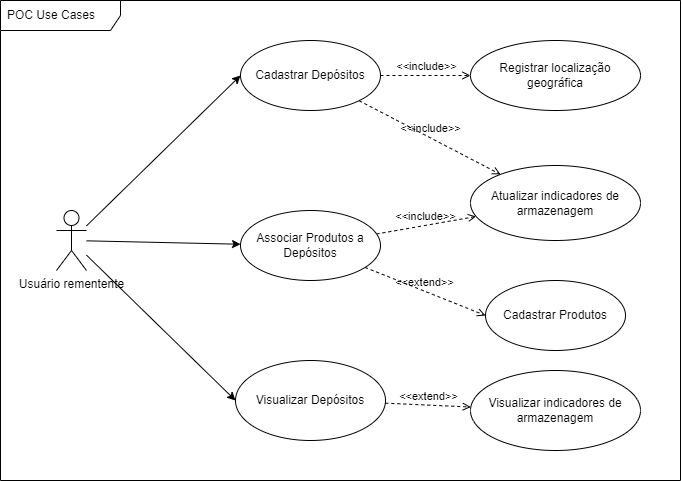
Before: project/diagrams/use-case/UseCase.png, a diagram exported from draw.io (bitols/logistics-services-management). Source tidied: cells renumbered, new cells last; positions are measured from the earlier drawing's top-left corner, leaving out a move shared by most shapes. Its diagram source:
```xml
<mxGraphModel>
  <root>
    <mxCell id="0" />
    <mxCell id="1" parent="0" />
    <mxCell id="2" value="POC Use Cases" style="shape=umlFrame;whiteSpace=wrap;html=1;width=120;height=30;boundedLbl=1;verticalAlign=middle;align=left;spacingLeft=5;" parent="1" vertex="1">
      <mxGeometry width="680" height="480" as="geometry" />
    </mxCell>
    <mxCell id="3" style="rounded=0;jettySize=auto;html=1;entryX=0;entryY=0.5;entryDx=0;entryDy=0;" parent="1" edge="1" source="6" target="7">
      <mxGeometry relative="1" as="geometry" />
    </mxCell>
    <mxCell id="4" style="edgeStyle=none;rounded=0;jettySize=auto;html=1;entryX=0;entryY=0.5;entryDx=0;entryDy=0;" parent="1" edge="1" source="6" target="9">
      <mxGeometry relative="1" as="geometry" />
    </mxCell>
    <mxCell id="5" style="rounded=0;jettySize=auto;html=1;" parent="1" edge="1" source="6" target="14">
      <mxGeometry relative="1" as="geometry" />
    </mxCell>
    <mxCell id="6" value="Usuário rementente&lt;br&gt;&lt;br&gt;" style="shape=umlActor;verticalLabelPosition=bottom;verticalAlign=top;html=1;" parent="1" vertex="1">
      <mxGeometry x="56" y="210" width="30" height="60" as="geometry" />
    </mxCell>
    <mxCell id="7" value="Cadastrar Depósitos" style="ellipse;whiteSpace=wrap;html=1;" parent="1" vertex="1">
      <mxGeometry x="240" y="40" width="140" height="70" as="geometry" />
    </mxCell>
    <mxCell id="8" value="Cadastrar Produtos" style="ellipse;whiteSpace=wrap;html=1;" parent="1" vertex="1">
      <mxGeometry x="485" y="280" width="140" height="70" as="geometry" />
    </mxCell>
    <mxCell id="9" value="Visualizar Depósitos" style="ellipse;whiteSpace=wrap;html=1;" parent="1" vertex="1">
      <mxGeometry x="235" y="360" width="150" height="80" as="geometry" />
    </mxCell>
    <mxCell id="10" value="Registrar localização geográfica" style="ellipse;whiteSpace=wrap;html=1;" parent="1" vertex="1">
      <mxGeometry x="470" y="40" width="170" height="70" as="geometry" />
    </mxCell>
    <mxCell id="11" value="Atualizar indicadores de armazenagem" style="ellipse;whiteSpace=wrap;html=1;" parent="1" vertex="1">
      <mxGeometry x="470" y="165" width="170" height="75" as="geometry" />
    </mxCell>
    <mxCell id="12" value="&amp;lt;&amp;lt;include&amp;gt;&amp;gt;" style="html=1;verticalAlign=bottom;labelBackgroundColor=none;endArrow=open;endFill=0;dashed=1;rounded=0;exitX=1;exitY=0.5;exitDx=0;exitDy=0;entryX=0;entryY=0.5;entryDx=0;entryDy=0;" parent="1" edge="1" source="7" target="10">
      <mxGeometry relative="1" as="geometry" />
    </mxCell>
    <mxCell id="13" value="&amp;lt;&amp;lt;include&amp;gt;&amp;gt;" style="html=1;verticalAlign=bottom;labelBackgroundColor=none;endArrow=open;endFill=0;dashed=1;rounded=0;" parent="1" edge="1" source="14" target="11">
      <mxGeometry relative="1" as="geometry" />
    </mxCell>
    <mxCell id="14" value="Associar Produtos a Depósitos" style="ellipse;whiteSpace=wrap;html=1;" parent="1" vertex="1">
      <mxGeometry x="240" y="210" width="140" height="70" as="geometry" />
    </mxCell>
    <mxCell id="15" value="&amp;lt;&amp;lt;extend&amp;gt;&amp;gt;" style="html=1;verticalAlign=bottom;labelBackgroundColor=none;endArrow=open;endFill=0;dashed=1;rounded=0;" parent="1" edge="1" source="9" target="16">
      <mxGeometry relative="1" as="geometry" />
    </mxCell>
    <mxCell id="16" value="Visualizar indicadores de armazenagem" style="ellipse;whiteSpace=wrap;html=1;" parent="1" vertex="1">
      <mxGeometry x="470" y="370" width="170" height="80" as="geometry" />
    </mxCell>
    <mxCell id="17" value="&amp;lt;&amp;lt;extend&amp;gt;&amp;gt;" style="html=1;verticalAlign=bottom;labelBackgroundColor=none;endArrow=open;endFill=0;dashed=1;rounded=0;entryX=0;entryY=0.5;entryDx=0;entryDy=0;" parent="1" edge="1" source="14" target="8">
      <mxGeometry relative="1" as="geometry" />
    </mxCell>
    <mxCell id="18" value="&amp;lt;&amp;lt;include&amp;gt;&amp;gt;" style="html=1;verticalAlign=bottom;labelBackgroundColor=none;endArrow=open;endFill=0;dashed=1;rounded=0;" parent="1" edge="1" source="7" target="11">
      <mxGeometry relative="1" as="geometry" />
    </mxCell>
  </root>
</mxGraphModel>
```
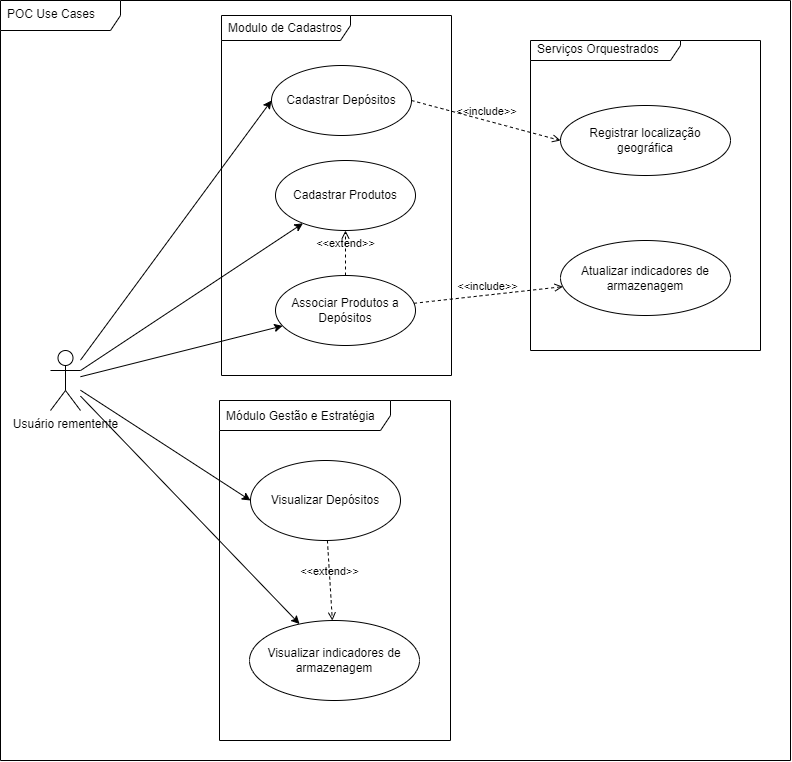
Later version of the same file.

What changed in the source:
```diff
@@ -2,56 +2,83 @@
   <root>
     <mxCell id="0" />
     <mxCell id="1" parent="0" />
+    <mxCell id="19" style="group;" parent="1" vertex="1">
+      <mxGeometry x="6" y="-140" width="790" height="760" as="geometry" />
+    </mxCell>
-    <mxCell id="2" value="POC Use Cases" style="shape=umlFrame;whiteSpace=wrap;html=1;width=120;height=30;boundedLbl=1;verticalAlign=middle;align=left;spacingLeft=5;" parent="1" vertex="1">
-      <mxGeometry width="680" height="480" as="geometry" />
+    <mxCell id="2" value="POC Use Cases" style="shape=umlFrame;whiteSpace=wrap;html=1;width=120;height=30;boundedLbl=1;verticalAlign=middle;align=left;spacingLeft=5;" parent="19" vertex="1">
+      <mxGeometry width="790" height="760" as="geometry" />
     </mxCell>
-    <mxCell id="3" style="rounded=0;jettySize=auto;html=1;entryX=0;entryY=0.5;entryDx=0;entryDy=0;" parent="1" edge="1" source="6" target="7">
-      <mxGeometry relative="1" as="geometry" />
-    </mxCell>
+    <mxCell id="20" value="Módulo Gestão e Estratégia" style="shape=umlFrame;whiteSpace=wrap;html=1;width=171;height=30;boundedLbl=1;verticalAlign=middle;align=left;spacingLeft=5;" parent="19" vertex="1">
+      <mxGeometry x="219" y="400" width="231" height="340" as="geometry" />
+    </mxCell>
+    <mxCell id="6" value="Usuário rementente&lt;br&gt;&lt;br&gt;" style="shape=umlActor;verticalLabelPosition=bottom;verticalAlign=top;html=1;" parent="19" vertex="1">
+      <mxGeometry x="50" y="350" width="30" height="60" as="geometry" />
+    </mxCell>
+    <mxCell id="9" value="Visualizar Depósitos" style="ellipse;whiteSpace=wrap;html=1;" parent="19" vertex="1">
+      <mxGeometry x="250" y="460" width="150" height="80" as="geometry" />
+    </mxCell>
-    <mxCell id="4" style="edgeStyle=none;rounded=0;jettySize=auto;html=1;entryX=0;entryY=0.5;entryDx=0;entryDy=0;" parent="1" edge="1" source="6" target="9">
+    <mxCell id="4" style="edgeStyle=none;rounded=0;jettySize=auto;html=1;entryX=0;entryY=0.5;entryDx=0;entryDy=0;" parent="19" edge="1" source="6" target="9">
       <mxGeometry relative="1" as="geometry" />
     </mxCell>
-    <mxCell id="5" style="rounded=0;jettySize=auto;html=1;" parent="1" edge="1" source="6" target="14">
-      <mxGeometry relative="1" as="geometry" />
-    </mxCell>
-    <mxCell id="6" value="Usuário rementente&lt;br&gt;&lt;br&gt;" style="shape=umlActor;verticalLabelPosition=bottom;verticalAlign=top;html=1;" parent="1" vertex="1">
-      <mxGeometry x="56" y="210" width="30" height="60" as="geometry" />
-    </mxCell>
+    <mxCell id="15" value="&amp;lt;&amp;lt;extend&amp;gt;&amp;gt;" style="html=1;verticalAlign=bottom;labelBackgroundColor=none;endArrow=open;endFill=0;dashed=1;rounded=0;" parent="19" edge="1" source="9" target="16">
+      <mxGeometry relative="1" as="geometry" />
+    </mxCell>
+    <mxCell id="16" value="Visualizar indicadores de armazenagem" style="ellipse;whiteSpace=wrap;html=1;" parent="19" vertex="1">
+      <mxGeometry x="249" y="620" width="170" height="80" as="geometry" />
+    </mxCell>
+    <mxCell id="21" style="edgeStyle=none;rounded=0;jettySize=auto;html=1;" parent="19" edge="1" source="6" target="16">
+      <mxGeometry relative="1" as="geometry" />
+    </mxCell>
+    <mxCell id="22" style="group;" parent="19" vertex="1">
+      <mxGeometry x="240" y="15" width="230" height="360" as="geometry" />
+    </mxCell>
+    <mxCell id="23" style="group;" parent="22" vertex="1">
+      <mxGeometry x="-19" width="230" height="360" as="geometry" />
+    </mxCell>
+    <mxCell id="24" style="group;" parent="23" vertex="1">
+      <mxGeometry width="230" height="360" as="geometry" />
+    </mxCell>
+    <mxCell id="25" value="Modulo de Cadastros" style="shape=umlFrame;whiteSpace=wrap;html=1;width=129;height=25;boundedLbl=1;verticalAlign=middle;align=left;spacingLeft=5;" parent="24" vertex="1">
+      <mxGeometry width="230" height="360" as="geometry" />
+    </mxCell>
-    <mxCell id="7" value="Cadastrar Depósitos" style="ellipse;whiteSpace=wrap;html=1;" parent="1" vertex="1">
-      <mxGeometry x="240" y="40" width="140" height="70" as="geometry" />
+    <mxCell id="7" value="Cadastrar Depósitos" style="ellipse;whiteSpace=wrap;html=1;" parent="24" vertex="1">
+      <mxGeometry x="50" y="50" width="140" height="70" as="geometry" />
     </mxCell>
-    <mxCell id="8" value="Cadastrar Produtos" style="ellipse;whiteSpace=wrap;html=1;" parent="1" vertex="1">
-      <mxGeometry x="485" y="280" width="140" height="70" as="geometry" />
+    <mxCell id="8" value="Cadastrar Produtos" style="ellipse;whiteSpace=wrap;html=1;" parent="24" vertex="1">
+      <mxGeometry x="54" y="145" width="140" height="70" as="geometry" />
     </mxCell>
-    <mxCell id="9" value="Visualizar Depósitos" style="ellipse;whiteSpace=wrap;html=1;" parent="1" vertex="1">
-      <mxGeometry x="235" y="360" width="150" height="80" as="geometry" />
-    </mxCell>
+    <mxCell id="14" value="Associar Produtos a Depósitos" style="ellipse;whiteSpace=wrap;html=1;" parent="24" vertex="1">
+      <mxGeometry x="54" y="260" width="140" height="70" as="geometry" />
+    </mxCell>
+    <mxCell id="17" value="&amp;lt;&amp;lt;extend&amp;gt;&amp;gt;" style="html=1;verticalAlign=bottom;labelBackgroundColor=none;endArrow=open;endFill=0;dashed=1;rounded=0;" parent="24" edge="1" source="14" target="8">
+      <mxGeometry relative="1" as="geometry" />
+    </mxCell>
+    <mxCell id="3" style="rounded=0;jettySize=auto;html=1;entryX=0;entryY=0.5;entryDx=0;entryDy=0;" parent="19" edge="1" source="6" target="7">
+      <mxGeometry relative="1" as="geometry" />
+    </mxCell>
+    <mxCell id="26" style="rounded=0;jettySize=auto;html=1;" parent="19" edge="1" source="6" target="8">
+      <mxGeometry relative="1" as="geometry" />
+    </mxCell>
+    <mxCell id="5" style="rounded=0;jettySize=auto;html=1;" parent="19" edge="1" source="6" target="14">
+      <mxGeometry relative="1" as="geometry" />
+    </mxCell>
+    <mxCell id="27" style="group;" parent="19" vertex="1">
+      <mxGeometry x="530" y="40" width="230" height="310" as="geometry" />
+    </mxCell>
+    <mxCell id="28" value="Serviços Orquestrados" style="shape=umlFrame;whiteSpace=wrap;html=1;width=150;height=20;boundedLbl=1;verticalAlign=middle;align=left;spacingLeft=5;" parent="27" vertex="1">
+      <mxGeometry width="230" height="310" as="geometry" />
+    </mxCell>
-    <mxCell id="10" value="Registrar localização geográfica" style="ellipse;whiteSpace=wrap;html=1;" parent="1" vertex="1">
-      <mxGeometry x="470" y="40" width="170" height="70" as="geometry" />
+    <mxCell id="10" value="Registrar localização geográfica" style="ellipse;whiteSpace=wrap;html=1;" parent="27" vertex="1">
+      <mxGeometry x="30" y="65" width="170" height="70" as="geometry" />
     </mxCell>
-    <mxCell id="11" value="Atualizar indicadores de armazenagem" style="ellipse;whiteSpace=wrap;html=1;" parent="1" vertex="1">
-      <mxGeometry x="470" y="165" width="170" height="75" as="geometry" />
+    <mxCell id="11" value="Atualizar indicadores de armazenagem" style="ellipse;whiteSpace=wrap;html=1;" parent="27" vertex="1">
+      <mxGeometry x="30" y="200" width="170" height="75" as="geometry" />
     </mxCell>
-    <mxCell id="12" value="&amp;lt;&amp;lt;include&amp;gt;&amp;gt;" style="html=1;verticalAlign=bottom;labelBackgroundColor=none;endArrow=open;endFill=0;dashed=1;rounded=0;exitX=1;exitY=0.5;exitDx=0;exitDy=0;entryX=0;entryY=0.5;entryDx=0;entryDy=0;" parent="1" edge="1" source="7" target="10">
+    <mxCell id="12" value="&amp;lt;&amp;lt;include&amp;gt;&amp;gt;" style="html=1;verticalAlign=bottom;labelBackgroundColor=none;endArrow=open;endFill=0;dashed=1;rounded=0;exitX=1;exitY=0.5;exitDx=0;exitDy=0;entryX=0;entryY=0.5;entryDx=0;entryDy=0;" parent="19" edge="1" source="7" target="10">
       <mxGeometry relative="1" as="geometry" />
     </mxCell>
-    <mxCell id="13" value="&amp;lt;&amp;lt;include&amp;gt;&amp;gt;" style="html=1;verticalAlign=bottom;labelBackgroundColor=none;endArrow=open;endFill=0;dashed=1;rounded=0;" parent="1" edge="1" source="14" target="11">
+    <mxCell id="13" value="&amp;lt;&amp;lt;include&amp;gt;&amp;gt;" style="html=1;verticalAlign=bottom;labelBackgroundColor=none;endArrow=open;endFill=0;dashed=1;rounded=0;" parent="19" edge="1" source="14" target="11">
       <mxGeometry relative="1" as="geometry" />
     </mxCell>
-    <mxCell id="14" value="Associar Produtos a Depósitos" style="ellipse;whiteSpace=wrap;html=1;" parent="1" vertex="1">
-      <mxGeometry x="240" y="210" width="140" height="70" as="geometry" />
-    </mxCell>
-    <mxCell id="15" value="&amp;lt;&amp;lt;extend&amp;gt;&amp;gt;" style="html=1;verticalAlign=bottom;labelBackgroundColor=none;endArrow=open;endFill=0;dashed=1;rounded=0;" parent="1" edge="1" source="9" target="16">
-      <mxGeometry relative="1" as="geometry" />
-    </mxCell>
-    <mxCell id="16" value="Visualizar indicadores de armazenagem" style="ellipse;whiteSpace=wrap;html=1;" parent="1" vertex="1">
-      <mxGeometry x="470" y="370" width="170" height="80" as="geometry" />
-    </mxCell>
-    <mxCell id="17" value="&amp;lt;&amp;lt;extend&amp;gt;&amp;gt;" style="html=1;verticalAlign=bottom;labelBackgroundColor=none;endArrow=open;endFill=0;dashed=1;rounded=0;entryX=0;entryY=0.5;entryDx=0;entryDy=0;" parent="1" edge="1" source="14" target="8">
-      <mxGeometry relative="1" as="geometry" />
-    </mxCell>
-    <mxCell id="18" value="&amp;lt;&amp;lt;include&amp;gt;&amp;gt;" style="html=1;verticalAlign=bottom;labelBackgroundColor=none;endArrow=open;endFill=0;dashed=1;rounded=0;" parent="1" edge="1" source="7" target="11">
-      <mxGeometry relative="1" as="geometry" />
-    </mxCell>
   </root>
 </mxGraphModel>
```
